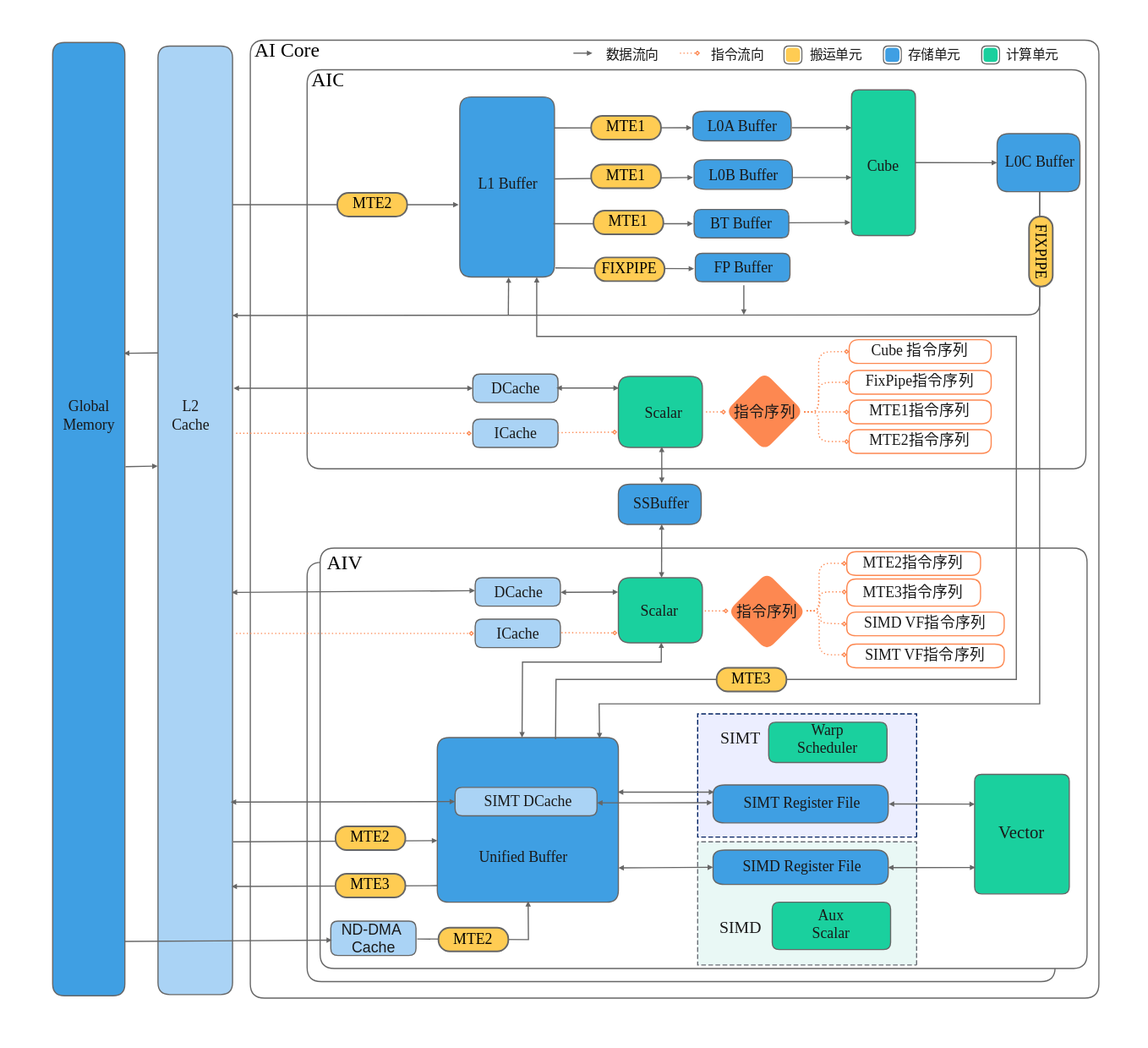
Before: docs/zh/guide/figures/svg/npu_3510_hw_arch.svg, a diagram exported from draw.io (hicann/asc-devkit). Source tidied: cells renumbered, new cells last; positions are measured from the earlier drawing's top-left corner, leaving out a move shared by most shapes.
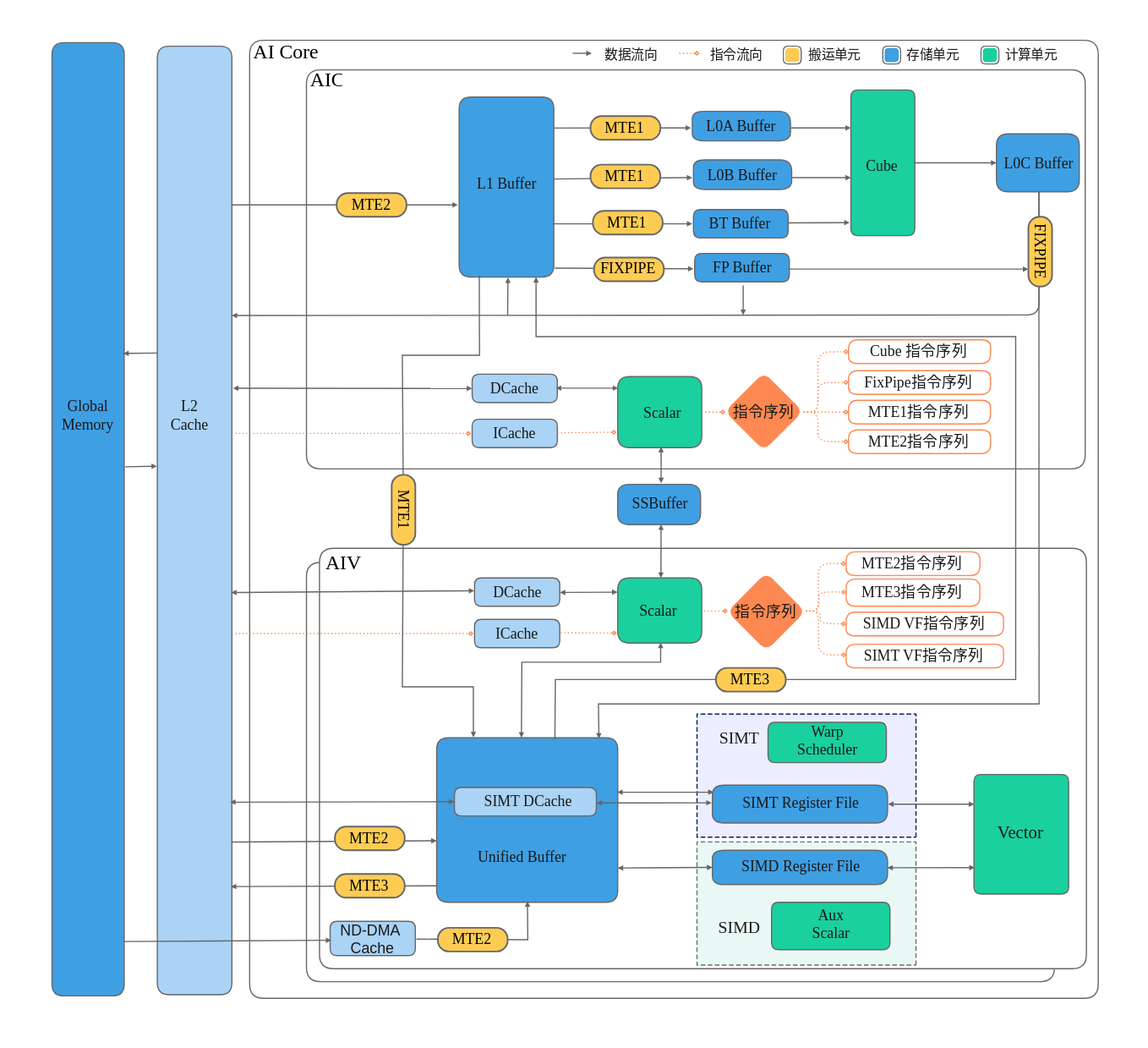
Later version of the same file.

Change to the diagram source:
```diff
@@ -773,6 +773,26 @@
     <mxCell id="211" value="MTE2" style="rounded=1;arcSize=47.368;whiteSpace=wrap;html=0;fillColor=#FFCC53;strokeColor=#666666;strokeWidth=1.385154;fontColor=#000000;fontFamily=FZLanTingHeiS, 方正兰亭黑简体;fontSize=12.7;spacing=0.0;" parent="2" vertex="1">
       <mxGeometry x="244.5" y="133" width="59" height="20" as="geometry" />
     </mxCell>
+    <mxCell id="215" style="vsdxID=153;edgeStyle=none;startArrow=none;endArrow=block;startSize=9;endSize=2;strokeColor=#666666;spacingTop=-3;spacingBottom=-3;spacingLeft=-3;spacingRight=-3;verticalAlign=middle;html=1;labelBackgroundColor=none;rounded=0;entryX=0.75;entryY=1;entryDx=0;entryDy=0;exitX=0.997;exitY=0.467;exitDx=0;exitDy=0;exitPerimeter=0;" parent="2" edge="1" target="210">
+      <mxGeometry relative="1" as="geometry">
+        <mxPoint x="626" y="197.3" as="sourcePoint" />
+      </mxGeometry>
+    </mxCell>
+    <mxCell id="216" style="vsdxID=178;edgeStyle=none;startArrow=block;endArrow=none;startSize=2;endSize=2;strokeColor=#666666;spacingTop=-3;spacingBottom=-3;spacingLeft=-3;spacingRight=-3;verticalAlign=middle;html=1;labelBackgroundColor=none;rounded=0;entryX=0.213;entryY=0.991;entryDx=0;entryDy=0;entryPerimeter=0;endFill=0;exitX=0.203;exitY=-0.002;exitDx=0;exitDy=0;exitPerimeter=0;" parent="2" edge="1" source="47" target="25">
+      <mxGeometry relative="1" as="geometry">
+        <Array as="points">
+          <mxPoint x="360" y="550" />
+          <mxPoint x="300" y="550" />
+          <mxPoint x="300.9" y="394.2" />
+          <mxPoint x="300" y="270" />
+          <mxPoint x="365.2" y="270" />
+        </Array>
+        <mxPoint x="21" y="21" as="offset" />
+      </mxGeometry>
+    </mxCell>
+    <mxCell id="217" value="MTE1" style="rounded=1;arcSize=47.368;whiteSpace=wrap;html=0;fillColor=#FFCC53;strokeColor=#666666;strokeWidth=1.385154;fontColor=#000000;fontFamily=FZLanTingHeiS, 方正兰亭黑简体;fontSize=12.7;spacing=0.0;rotation=90;" parent="2" vertex="1">
+      <mxGeometry x="271.5" y="390.5" width="59" height="20" as="geometry" />
+    </mxCell>
     <mxCell id="212" style="vsdxID=348;fillColor=none;gradientColor=none;shape=(stored shape, 160 characters);strokeColor=none;spacingTop=-1;spacingBottom=-1;spacingLeft=-1;spacingRight=-1;labelBackgroundColor=none;rounded=0;html=1;whiteSpace=wrap;" parent="1" vertex="1">
       <mxGeometry x="126" y="324" width="70" height="56" as="geometry" />
     </mxCell>
```
